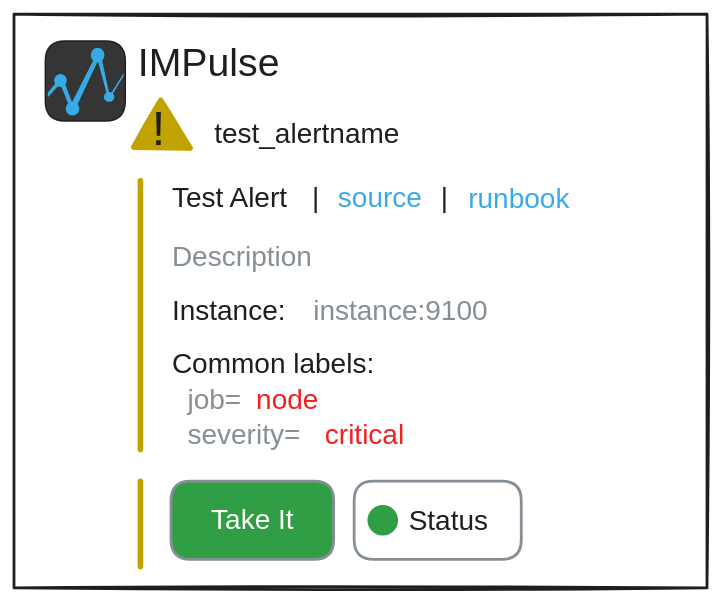
Above: docs/content/media/slack_unknown.excalidraw.svg in eslupmi/impulse (Excalidraw), before the change. Source tidied: one line per element, renumbered; positions are measured from the earlier drawing's top-left corner, leaving out a move shared by most shapes.
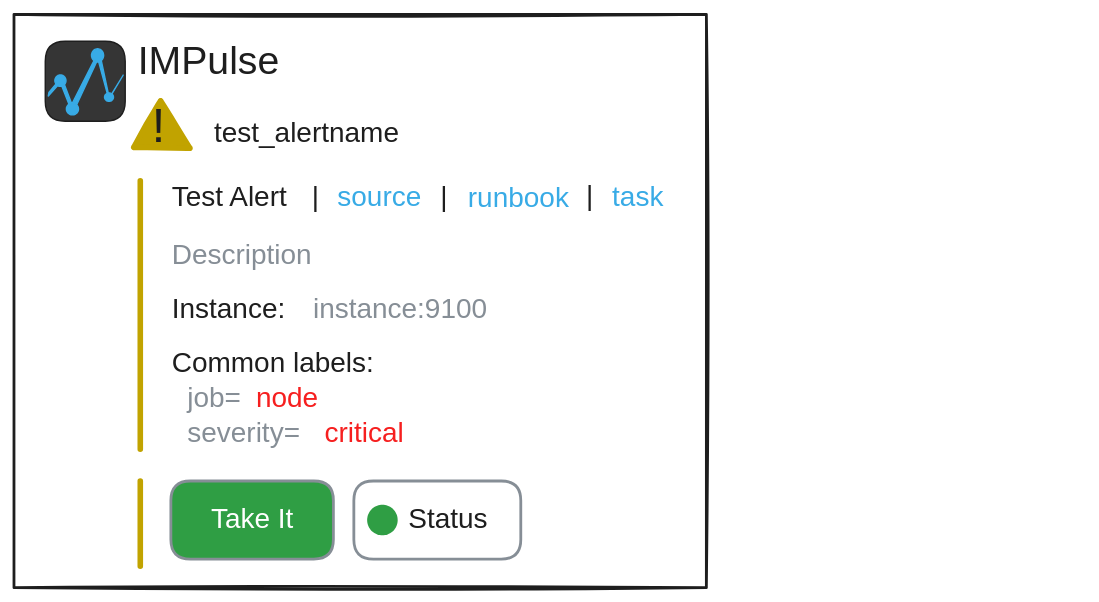
After the change.

Change to the diagram source:
```diff
@@ -26,6 +26,8 @@
 {"id": 25, "type": "text", "text": "!", "strokeColor": "#1e1e1e", "backgroundColor": "#c1a300", "fillStyle": "solid", "strokeWidth": 4, "roughness": 1, "fontSize": 34.77, "fontFamily": 2, "textAlign": "right", "x": 98, "y": 62, "width": 10, "height": 40}
 {"id": 26, "type": "text", "text": "Test Alert", "strokeColor": "#1e1e1e", "backgroundColor": "#ffec99", "fillStyle": "solid", "strokeWidth": 4, "roughness": 2, "fontSize": 20, "fontFamily": 2, "x": 113, "y": 120, "width": 83, "height": 23}
 {"id": 27, "type": "text", "text": "source", "strokeColor": "#38abe6", "backgroundColor": "#ffec99", "fillStyle": "solid", "strokeWidth": 4, "roughness": 2, "fontSize": 20, "fontFamily": 2, "x": 231, "y": 120, "width": 60, "height": 23}
-{"id": 28, "type": "text", "text": "|", "strokeColor": "#1e1e1e", "backgroundColor": "#ffec99", "fillStyle": "solid", "strokeWidth": 4, "roughness": 2, "fontSize": 20, "fontFamily": 2, "x": 305, "y": 120, "width": 5, "height": 23}
+{"id": 31, "type": "text", "text": "|", "strokeColor": "#1e1e1e", "backgroundColor": "#ffec99", "fillStyle": "solid", "strokeWidth": 4, "roughness": 2, "fontSize": 20, "fontFamily": 2, "x": 305, "y": 120, "width": 5, "height": 23}
 {"id": 29, "type": "text", "text": "runbook", "strokeColor": "#38abe6", "backgroundColor": "#ffec99", "fillStyle": "solid", "strokeWidth": 4, "roughness": 2, "fontSize": 20, "fontFamily": 2, "x": 324, "y": 121, "width": 72, "height": 23}
-{"id": 30, "type": "text", "text": "|", "strokeColor": "#1e1e1e", "backgroundColor": "#ffec99", "fillStyle": "solid", "strokeWidth": 4, "roughness": 2, "fontSize": 20, "fontFamily": 2, "x": 213, "y": 120, "width": 5, "height": 23}
+{"id": 32, "type": "text", "text": "|", "strokeColor": "#1e1e1e", "backgroundColor": "#ffec99", "fillStyle": "solid", "strokeWidth": 4, "roughness": 2, "fontSize": 20, "fontFamily": 2, "x": 213, "y": 120, "width": 5, "height": 23}
+{"id": 33, "type": "text", "text": "|", "strokeColor": "#1e1e1e", "backgroundColor": "#ffec99", "fillStyle": "solid", "strokeWidth": 4, "roughness": 2, "fontSize": 20, "fontFamily": 2, "x": 409, "y": 120, "width": 5, "height": 23}
+{"id": 34, "type": "text", "text": "task", "strokeColor": "#38abe6", "backgroundColor": "#ffec99", "fillStyle": "solid", "strokeWidth": 4, "roughness": 2, "fontSize": 20, "fontFamily": 2, "x": 427, "y": 120, "width": 37, "height": 23}
```
